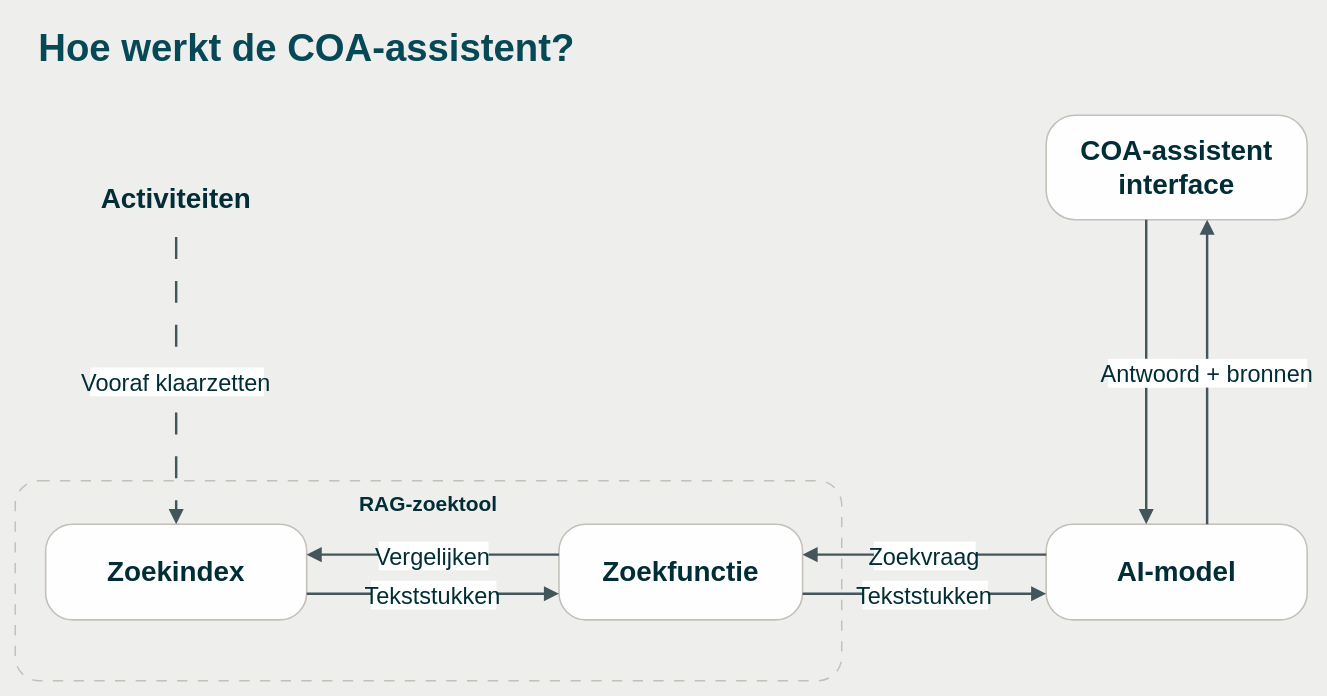
Before: page "Nederlands" (1 of 2) of docs/diagrams/how-it-works.drawio in Daanvdplas/coa-assistent, a draw.io diagram. Source tidied: cells renumbered, new cells numbered last; positions are measured from the earlier drawing's top-left corner, leaving out a move shared by most shapes. Both pictures are drawn from the tidied source at 87%, with x=0, y=0 at pixel (15, 15).
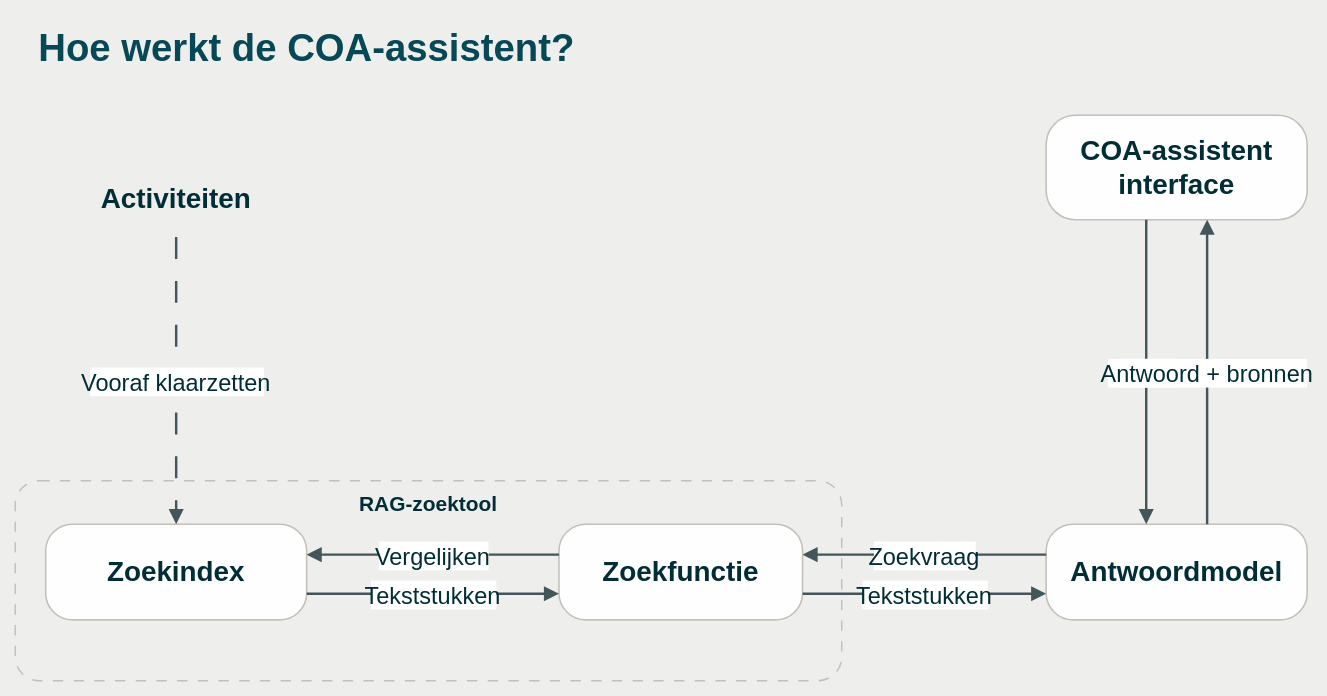
Above is the later version.

The edit, as a diff of the source:
```diff
@@
 <mxGraphModel background="#eeeeed">
   <root>
     <mxCell id="0" />
     <mxCell id="1" parent="0" />
     <mxCell id="2" value="RAG-zoektool" style="rounded=1;arcSize=12;whiteSpace=wrap;html=0;fillColor=none;strokeColor=#c4c0b8;strokeWidth=1.7;dashed=1;dashPattern=7 7;fontFamily=Avenir Next;fontSize=24;fontStyle=1;fontColor=#002d36;align=center;verticalAlign=top;spacingTop=6;" parent="1" vertex="1">
       <mxGeometry y="535" width="950" height="230" as="geometry" />
     </mxCell>
     <mxCell id="3" value="Hoe werkt de COA-assistent?" style="tex=text;html=0;strokeColor=none;fillColor=none;fontFamily=Calibri;fontSize=44;fontStyle=1;fontColor=#064855;align=left;" parent="1" vertex="1">
       <mxGeometry x="25" width="1000" height="65" as="geometry" />
     </mxCell>
     <mxCell id="4" value="Activiteiten" style="tex=text;strokeColor=none;fillColor=none;fontFamily=Avenir Next;fontSize=32;fontStyle=1;fontColor=#002d36;align=center;verticalAlign=middle;" parent="1" vertex="1">
       <mxGeometry x="35" y="160" width="300" height="95" as="geometry" />
     </mxCell>
     <mxCell id="5" value="Zoekindex" style="rounded=1;arcSize=28;whiteSpace=wrap;html=0;fillColor=#fffefe;strokeColor=#c4c0b8;strokeWidth=1.8;fontFamily=Avenir Next;fontSize=32;fontStyle=1;fontColor=#002d36;align=center;verticalAlign=middle;" parent="1" vertex="1">
       <mxGeometry x="35" y="585" width="300" height="110" as="geometry" />
     </mxCell>
     <mxCell id="6" value="Zoekfunctie" style="rounded=1;arcSize=28;whiteSpace=wrap;html=0;fillColor=#fffefe;strokeColor=#c4c0b8;strokeWidth=1.8;fontFamily=Avenir Next;fontSize=32;fontStyle=1;fontColor=#002d36;align=center;verticalAlign=middle;" parent="1" vertex="1">
       <mxGeometry x="625" y="585" width="280" height="110" as="geometry" />
     </mxCell>
-    <mxCell id="7" value="AI-model" style="rounded=1;arcSize=28;whiteSpace=wrap;html=0;fillColor=#fffefe;strokeColor=#c4c0b8;strokeWidth=1.8;fontFamily=Avenir Next;fontSize=32;fontStyle=1;fontColor=#002d36;align=center;verticalAlign=middle;" parent="1" vertex="1">
+    <mxCell id="7" value="Antwoordmodel" style="rounded=1;arcSize=28;whiteSpace=wrap;html=0;fillColor=#fffefe;strokeColor=#c4c0b8;strokeWidth=1.8;fontFamily=Avenir Next;fontSize=32;fontStyle=1;fontColor=#002d36;align=center;verticalAlign=middle;" parent="1" vertex="1">
       <mxGeometry x="1185" y="585" width="300" height="110" as="geometry" />
     </mxCell>
     <mxCell id="8" value="COA-assistent interface" style="rounded=1;arcSize=28;whiteSpace=wrap;html=0;fillColor=#fffefe;strokeColor=#c4c0b8;strokeWidth=1.8;fontFamily=Avenir Next;fontSize=32;fontStyle=1;fontColor=#002d36;align=center;verticalAlign=middle;" parent="1" vertex="1">
       <mxGeometry x="1185" y="115" width="300" height="120" as="geometry" />
     </mxCell>
     <mxCell id="9" value="Vooraf klaarzetten" style="edgeStyle=none;rounded=0;html=0;strokeColor=#43565b;strokeWidth=2.8;endArrow=block;endFill=1;endSize=10;dashed=1;dashPattern=9 9;fontFamily=Avenir Next;fontSize=27;fontColor=#002d36;exitX=0.5;exitY=1;entryX=0.5;entryY=0;exitDx=0;exitDy=0;entryDx=0;entryDy=0;sourcePerimeterSpacing=25;targetPerimeterSpacing=25;" parent="1" edge="1" source="4" target="5">
       <mxGeometry relative="1" as="geometry" />
     </mxCell>
     <mxCell id="10" value="Vraag" style="edgeStyle=none;rounded=0;html=0;strokeColor=#43565b;strokeWidth=2.8;endArrow=block;endFill=1;endSize=10;fontFamily=Avenir Next;fontSize=27;fontColor=#002d36;exitX=0.383333;exitY=1;entryX=0.383333;entryY=0;exitDx=0;exitDy=0;entryDx=0;entryDy=0;sourcePerimeterSpacing=25;targetPerimeterSpacing=25;" parent="1" edge="1" source="8" target="7">
       <mxGeometry relative="1" as="geometry" />
     </mxCell>
     <mxCell id="11" value="Antwoord + bronnen" style="edgeStyle=none;rounded=0;html=0;strokeColor=#43565b;strokeWidth=2.8;endArrow=block;endFill=1;endSize=10;fontFamily=Avenir Next;fontSize=27;fontColor=#002d36;exitX=0.616667;exitY=0;entryX=0.616667;entryY=1;exitDx=0;exitDy=0;entryDx=0;entryDy=0;sourcePerimeterSpacing=25;targetPerimeterSpacing=25;" parent="1" edge="1" source="7" target="8">
       <mxGeometry relative="1" as="geometry" />
     </mxCell>
     <mxCell id="12" value="Zoekvraag" style="edgeStyle=none;rounded=0;html=0;strokeColor=#43565b;strokeWidth=2.8;endArrow=block;endFill=1;endSize=10;fontFamily=Avenir Next;fontSize=27;fontColor=#002d36;exitX=0;exitY=0.318182;entryX=1;entryY=0.318182;exitDx=0;exitDy=0;entryDx=0;entryDy=0;sourcePerimeterSpacing=25;targetPerimeterSpacing=25;" parent="1" edge="1" source="7" target="6">
       <mxGeometry relative="1" as="geometry" />
     </mxCell>
     <mxCell id="13" value="Tekststukken" style="edgeStyle=none;rounded=0;html=0;strokeColor=#43565b;strokeWidth=2.8;endArrow=block;endFill=1;endSize=10;fontFamily=Avenir Next;fontSize=27;fontColor=#002d36;exitX=1;exitY=0.727273;entryX=0;entryY=0.727273;exitDx=0;exitDy=0;entryDx=0;entryDy=0;sourcePerimeterSpacing=25;targetPerimeterSpacing=25;" parent="1" edge="1" source="6" target="7">
       <mxGeometry relative="1" as="geometry" />
     </mxCell>
     <mxCell id="14" value="Vergelijken" style="edgeStyle=none;rounded=0;html=0;strokeColor=#43565b;strokeWidth=2.8;endArrow=block;endFill=1;endSize=10;fontFamily=Avenir Next;fontSize=27;fontColor=#002d36;exitX=0;exitY=0.318182;entryX=1;entryY=0.318182;exitDx=0;exitDy=0;entryDx=0;entryDy=0;sourcePerimeterSpacing=25;targetPerimeterSpacing=25;" parent="1" edge="1" source="6" target="5">
       <mxGeometry relative="1" as="geometry" />
     </mxCell>
     <mxCell id="15" value="Tekststukken" style="edgeStyle=none;rounded=0;html=0;strokeColor=#43565b;strokeWidth=2.8;endArrow=block;endFill=1;endSize=10;fontFamily=Avenir Next;fontSize=27;fontColor=#002d36;exitX=1;exitY=0.727273;entryX=0;entryY=0.727273;exitDx=0;exitDy=0;entryDx=0;entryDy=0;sourcePerimeterSpacing=25;targetPerimeterSpacing=25;" parent="1" edge="1" source="5" target="6">
       <mxGeometry relative="1" as="geometry" />
     </mxCell>
   </root>
 </mxGraphModel>
```
